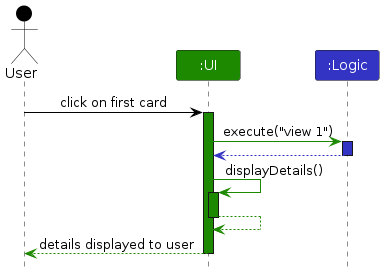
Earlier version of the PlantUML export diagrams/SelectViewSequenceDiagram.png (AY2324S1-CS2103T-W17-2/tp). Its source is kept beside it as diagrams/SelectViewSequenceDiagram.puml.
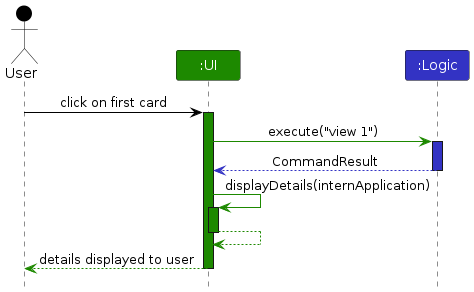
After the change.

Diff of the diagram source:
```diff
@@ -12,10 +12,10 @@
 ui -[UI_COLOR]> logic : execute("view 1")
 activate logic LOGIC_COLOR
 
-logic --[LOGIC_COLOR]> ui
+logic --[LOGIC_COLOR]> ui: CommandResult
 deactivate logic
 
-ui -[UI_COLOR]> ui : displayDetails()
+ui -[UI_COLOR]> ui : displayDetails(internApplication)
 activate ui UI_COLOR
 
 ui --[UI_COLOR]> ui
```
